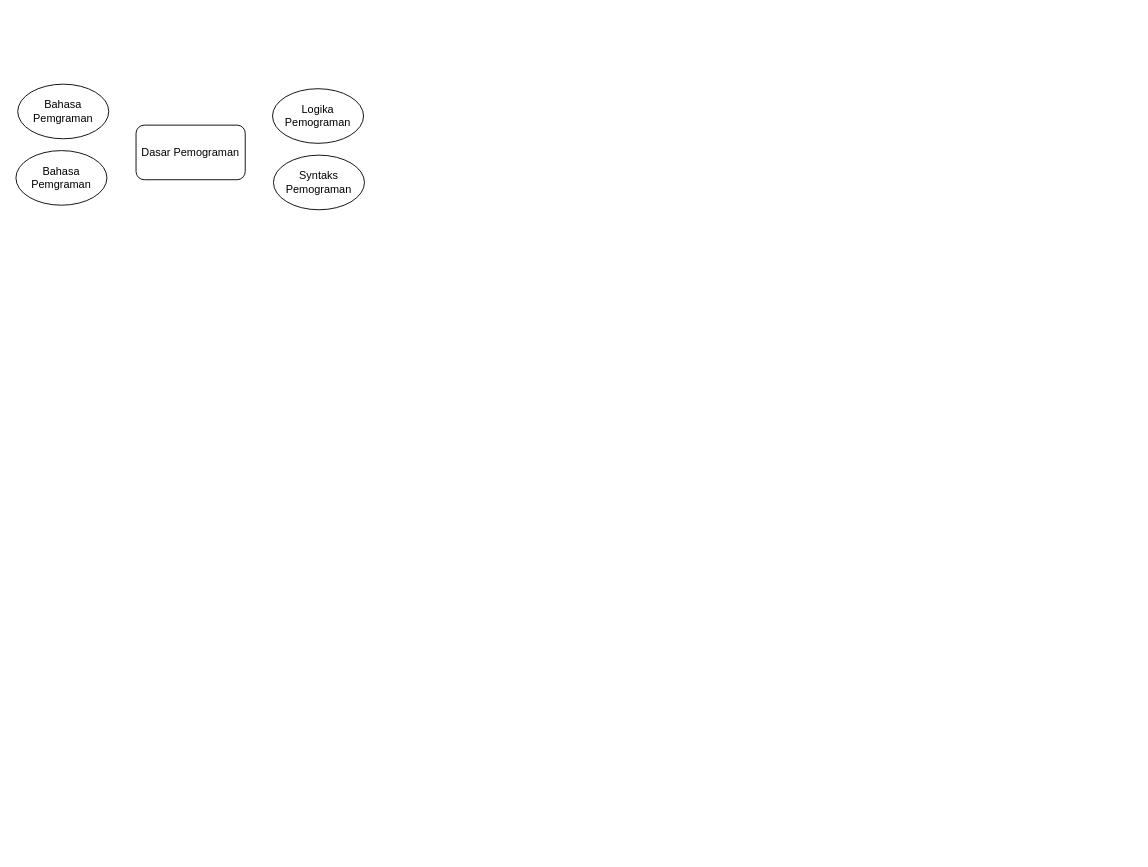
rrahmatn/dfd_erd_uml keeps this draw.io diagram as Roadmap-Sosioinformatika.drawio. Above is the earlier version. Source tidied: cells renumbered, new cells numbered last; positions are measured from the earlier drawing's top-left corner, leaving out a move shared by most shapes. Both pictures are drawn from the tidied source at 91%, with x=0, y=0 at pixel (15, 84).
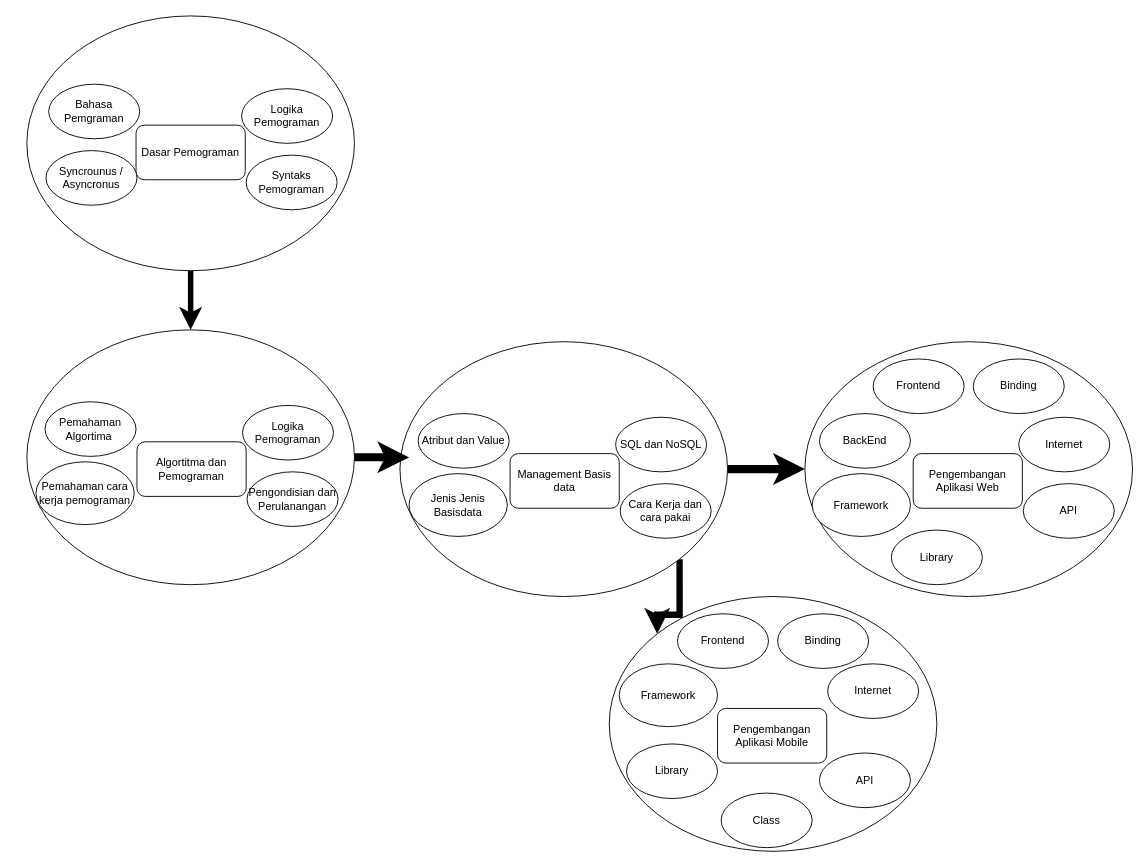
Above is the later version.

The edit, as a diff of the source:
```diff
@@
+    <mxCell id="7" style="edgeStyle=orthogonalEdgeStyle;rounded=0;jettySize=auto;html=1;strokeWidth=6;" parent="1" edge="1" source="8" target="9">
+      <mxGeometry relative="1" as="geometry" />
+    </mxCell>
+    <mxCell id="8" style="ellipse;whiteSpace=wrap;html=1;" parent="1" vertex="1">
+      <mxGeometry x="12" y="-75" width="360" height="280" as="geometry" />
+    </mxCell>
@@
     <mxCell id="3" value="Logika Pemograman" style="ellipse;whiteSpace=wrap;html=1;" parent="1" vertex="1">
-      <mxGeometry x="282" y="5" width="100" height="60" as="geometry" />
+      <mxGeometry x="248" y="5" width="100" height="60" as="geometry" />
     </mxCell>
     <mxCell id="4" value="Syntaks Pemograman" style="ellipse;whiteSpace=wrap;html=1;" parent="1" vertex="1">
-      <mxGeometry x="283" y="78" width="100" height="60" as="geometry" />
+      <mxGeometry x="253" y="78" width="100" height="60" as="geometry" />
     </mxCell>
     <mxCell id="5" value="Bahasa Pemgraman" style="ellipse;whiteSpace=wrap;html=1;" parent="1" vertex="1">
-      <mxGeometry x="2" width="100" height="60" as="geometry" />
+      <mxGeometry x="36" width="100" height="60" as="geometry" />
     </mxCell>
-    <mxCell id="6" value="Bahasa Pemgraman" style="ellipse;whiteSpace=wrap;html=1;" parent="1" vertex="1">
-      <mxGeometry y="73" width="100" height="60" as="geometry" />
+    <mxCell id="6" value="Syncrounus / Asyncronus" style="ellipse;whiteSpace=wrap;html=1;" parent="1" vertex="1">
+      <mxGeometry x="33" y="73" width="100" height="60" as="geometry" />
     </mxCell>
+    <mxCell id="9" style="ellipse;whiteSpace=wrap;html=1;" parent="1" vertex="1">
+      <mxGeometry x="12" y="270" width="360" height="280" as="geometry" />
+    </mxCell>
+    <mxCell id="10" value="Algortitma dan Pemograman" style="rounded=1;whiteSpace=wrap;html=1;" parent="1" vertex="1">
+      <mxGeometry x="133" y="393" width="120" height="60" as="geometry" />
+    </mxCell>
+    <mxCell id="11" value="Logika Pemograman" style="ellipse;whiteSpace=wrap;html=1;" parent="1" vertex="1">
+      <mxGeometry x="249" y="353" width="100" height="60" as="geometry" />
+    </mxCell>
+    <mxCell id="12" value="Pengondisian dan Perulanangan" style="ellipse;whiteSpace=wrap;html=1;" parent="1" vertex="1">
+      <mxGeometry x="254" y="426" width="100" height="60" as="geometry" />
+    </mxCell>
+    <mxCell id="13" value="Pemahaman Algortima&amp;nbsp;" style="ellipse;whiteSpace=wrap;html=1;" parent="1" vertex="1">
+      <mxGeometry x="32" y="349" width="100" height="60" as="geometry" />
+    </mxCell>
+    <mxCell id="14" value="Pemahaman cara kerja pemograman" style="ellipse;whiteSpace=wrap;html=1;" parent="1" vertex="1">
+      <mxGeometry x="22" y="415" width="108" height="69" as="geometry" />
+    </mxCell>
+    <mxCell id="15" style="edgeStyle=orthogonalEdgeStyle;rounded=0;jettySize=auto;html=1;exitX=1;exitY=0.5;exitDx=0;exitDy=0;strokeWidth=9;" parent="1" edge="1" source="17" target="24">
+      <mxGeometry relative="1" as="geometry" />
+    </mxCell>
+    <mxCell id="16" style="edgeStyle=orthogonalEdgeStyle;rounded=0;jettySize=auto;html=1;exitX=1;exitY=1;exitDx=0;exitDy=0;entryX=0;entryY=0;entryDx=0;entryDy=0;strokeWidth=7;" parent="1" edge="1" source="17" target="33">
+      <mxGeometry relative="1" as="geometry" />
+    </mxCell>
+    <mxCell id="17" style="ellipse;whiteSpace=wrap;html=1;" parent="1" vertex="1">
+      <mxGeometry x="422" y="283" width="360" height="280" as="geometry" />
+    </mxCell>
+    <mxCell id="18" value="Management Basis data" style="rounded=1;whiteSpace=wrap;html=1;" parent="1" vertex="1">
+      <mxGeometry x="543" y="406" width="120" height="60" as="geometry" />
+    </mxCell>
+    <mxCell id="19" value="SQL dan NoSQL" style="ellipse;whiteSpace=wrap;html=1;" parent="1" vertex="1">
+      <mxGeometry x="659" y="366" width="100" height="60" as="geometry" />
+    </mxCell>
+    <mxCell id="20" value="Cara Kerja dan cara pakai" style="ellipse;whiteSpace=wrap;html=1;" parent="1" vertex="1">
+      <mxGeometry x="664" y="439" width="100" height="60" as="geometry" />
+    </mxCell>
+    <mxCell id="21" value="Atribut dan Value" style="ellipse;whiteSpace=wrap;html=1;" parent="1" vertex="1">
+      <mxGeometry x="442" y="362" width="100" height="60" as="geometry" />
+    </mxCell>
+    <mxCell id="22" value="Jenis Jenis Basisdata" style="ellipse;whiteSpace=wrap;html=1;" parent="1" vertex="1">
+      <mxGeometry x="432" y="428" width="108" height="69" as="geometry" />
+    </mxCell>
+    <mxCell id="23" style="edgeStyle=orthogonalEdgeStyle;rounded=0;jettySize=auto;html=1;entryX=0.028;entryY=0.454;entryDx=0;entryDy=0;entryPerimeter=0;strokeWidth=9;" parent="1" edge="1" source="9" target="17">
+      <mxGeometry relative="1" as="geometry" />
+    </mxCell>
+    <mxCell id="24" style="ellipse;whiteSpace=wrap;html=1;" parent="1" vertex="1">
+      <mxGeometry x="867" y="283" width="360" height="280" as="geometry" />
+    </mxCell>
+    <mxCell id="25" value="Pengembangan Aplikasi Web" style="rounded=1;whiteSpace=wrap;html=1;" parent="1" vertex="1">
+      <mxGeometry x="986" y="406" width="120" height="60" as="geometry" />
+    </mxCell>
+    <mxCell id="26" value="Internet" style="ellipse;whiteSpace=wrap;html=1;" parent="1" vertex="1">
+      <mxGeometry x="1102" y="366" width="100" height="60" as="geometry" />
+    </mxCell>
+    <mxCell id="27" value="API" style="ellipse;whiteSpace=wrap;html=1;" parent="1" vertex="1">
+      <mxGeometry x="1107" y="439" width="100" height="60" as="geometry" />
+    </mxCell>
+    <mxCell id="28" value="BackEnd" style="ellipse;whiteSpace=wrap;html=1;" parent="1" vertex="1">
+      <mxGeometry x="883" y="362" width="100" height="60" as="geometry" />
+    </mxCell>
+    <mxCell id="29" value="Framework" style="ellipse;whiteSpace=wrap;html=1;" parent="1" vertex="1">
+      <mxGeometry x="875" y="428" width="108" height="69" as="geometry" />
+    </mxCell>
+    <mxCell id="30" value="Frontend" style="ellipse;whiteSpace=wrap;html=1;" parent="1" vertex="1">
+      <mxGeometry x="942" y="302" width="100" height="60" as="geometry" />
+    </mxCell>
+    <mxCell id="31" value="Binding" style="ellipse;whiteSpace=wrap;html=1;" parent="1" vertex="1">
+      <mxGeometry x="1052" y="302" width="100" height="60" as="geometry" />
+    </mxCell>
+    <mxCell id="32" value="Library" style="ellipse;whiteSpace=wrap;html=1;" parent="1" vertex="1">
+      <mxGeometry x="962" y="490" width="100" height="60" as="geometry" />
+    </mxCell>
+    <mxCell id="33" style="ellipse;whiteSpace=wrap;html=1;" parent="1" vertex="1">
+      <mxGeometry x="652" y="563" width="360" height="280" as="geometry" />
+    </mxCell>
+    <mxCell id="34" value="Pengembangan Aplikasi Mobile" style="rounded=1;whiteSpace=wrap;html=1;" parent="1" vertex="1">
+      <mxGeometry x="771" y="686" width="120" height="60" as="geometry" />
+    </mxCell>
+    <mxCell id="35" value="Internet" style="ellipse;whiteSpace=wrap;html=1;" parent="1" vertex="1">
+      <mxGeometry x="892" y="637" width="100" height="60" as="geometry" />
+    </mxCell>
+    <mxCell id="36" value="API" style="ellipse;whiteSpace=wrap;html=1;" parent="1" vertex="1">
+      <mxGeometry x="883" y="735" width="100" height="60" as="geometry" />
+    </mxCell>
+    <mxCell id="37" value="Framework" style="ellipse;whiteSpace=wrap;html=1;" parent="1" vertex="1">
+      <mxGeometry x="663" y="637" width="108" height="69" as="geometry" />
+    </mxCell>
+    <mxCell id="38" value="Frontend" style="ellipse;whiteSpace=wrap;html=1;" parent="1" vertex="1">
+      <mxGeometry x="727" y="582" width="100" height="60" as="geometry" />
+    </mxCell>
+    <mxCell id="39" value="Binding" style="ellipse;whiteSpace=wrap;html=1;" parent="1" vertex="1">
+      <mxGeometry x="837" y="582" width="100" height="60" as="geometry" />
+    </mxCell>
+    <mxCell id="40" value="Library" style="ellipse;whiteSpace=wrap;html=1;" parent="1" vertex="1">
+      <mxGeometry x="671" y="725" width="100" height="60" as="geometry" />
+    </mxCell>
+    <mxCell id="41" value="Class" style="ellipse;whiteSpace=wrap;html=1;" parent="1" vertex="1">
+      <mxGeometry x="775" y="779" width="100" height="60" as="geometry" />
+    </mxCell>
```
